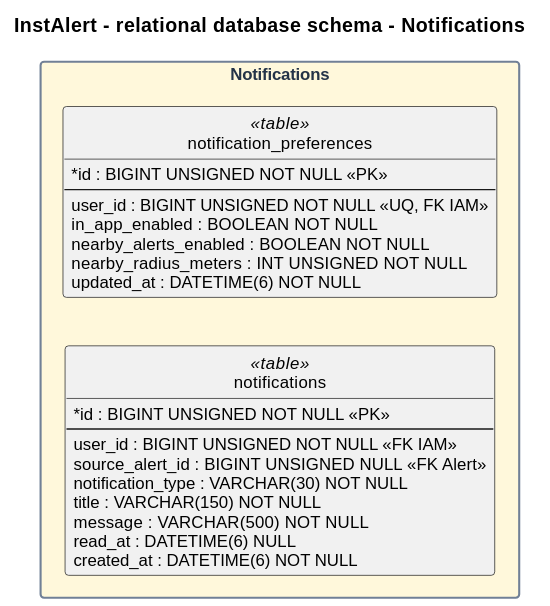
LosIncreiblesCorp/losIncreibles-project-report keeps this PlantUML diagram as assets/Chapter4/database-diagrams/notifications.svg. Above is the earlier version. Its diagram source:
```plantuml
@startuml
left to right direction
skinparam shadowing false
skinparam packageStyle rectangle
skinparam packageBorderColor #718096
skinparam packageFontColor #243347
skinparam entityBackgroundColor #FFFFFF
skinparam entityBorderColor #64748B
skinparam entityFontColor #111827
skinparam entityAttributeFontColor #334155
skinparam classAttributeIconSize 0
skinparam defaultFontName Arial
skinparam defaultFontSize 12
skinparam ArrowColor #52677C
skinparam ArrowFontColor #334155
skinparam ArrowFontSize 10
skinparam linetype ortho
hide methods
hide circle
title InstAlert - relational database schema - Notifications
package "Notifications" as notificationsContext #FFF8DB {
  entity "notification_preferences" as notificationPreferences <<table>> {
    *id : BIGINT UNSIGNED NOT NULL <<PK>>
    --
    user_id : BIGINT UNSIGNED NOT NULL <<UQ, FK IAM>>
    in_app_enabled : BOOLEAN NOT NULL
    nearby_alerts_enabled : BOOLEAN NOT NULL
    nearby_radius_meters : INT UNSIGNED NOT NULL
    updated_at : DATETIME(6) NOT NULL
  }
  entity "notifications" as notifications <<table>> {
    *id : BIGINT UNSIGNED NOT NULL <<PK>>
    --
    user_id : BIGINT UNSIGNED NOT NULL <<FK IAM>>
    source_alert_id : BIGINT UNSIGNED NULL <<FK Alert>>
    notification_type : VARCHAR(30) NOT NULL
    title : VARCHAR(150) NOT NULL
    message : VARCHAR(500) NOT NULL
    read_at : DATETIME(6) NULL
    created_at : DATETIME(6) NOT NULL
  }
}
@enduml
```
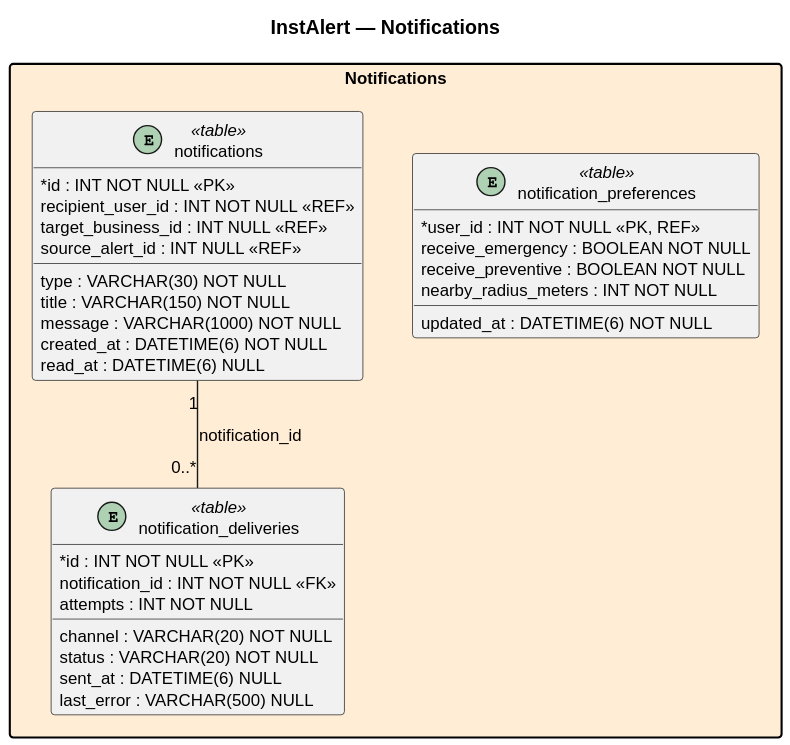
After the change.

Commit message:
docs(chapter4): add profiles and dashboard database diagrams

Diff of the diagram source:
```diff
@@ -1,43 +1,40 @@
 @startuml
-left to right direction
 skinparam shadowing false
+skinparam classAttributeIconSize 0
 skinparam packageStyle rectangle
-skinparam packageBorderColor #718096
-skinparam packageFontColor #243347
-skinparam entityBackgroundColor #FFFFFF
-skinparam entityBorderColor #64748B
-skinparam entityFontColor #111827
-skinparam entityAttributeFontColor #334155
-skinparam classAttributeIconSize 0
-skinparam defaultFontName Arial
+skinparam linetype polyline
+skinparam defaultFontName SansSerif
 skinparam defaultFontSize 12
-skinparam ArrowColor #52677C
-skinparam ArrowFontColor #334155
-skinparam ArrowFontSize 10
-skinparam linetype ortho
-hide methods
-hide circle
-title InstAlert - relational database schema - Notifications
-package "Notifications" as notificationsContext #FFF8DB {
-  entity "notification_preferences" as notificationPreferences <<table>> {
-    *id : BIGINT UNSIGNED NOT NULL <<PK>>
-    --
-    user_id : BIGINT UNSIGNED NOT NULL <<UQ, FK IAM>>
-    in_app_enabled : BOOLEAN NOT NULL
-    nearby_alerts_enabled : BOOLEAN NOT NULL
-    nearby_radius_meters : INT UNSIGNED NOT NULL
-    updated_at : DATETIME(6) NOT NULL
-  }
-  entity "notifications" as notifications <<table>> {
-    *id : BIGINT UNSIGNED NOT NULL <<PK>>
-    --
-    user_id : BIGINT UNSIGNED NOT NULL <<FK IAM>>
-    source_alert_id : BIGINT UNSIGNED NULL <<FK Alert>>
-    notification_type : VARCHAR(30) NOT NULL
-    title : VARCHAR(150) NOT NULL
-    message : VARCHAR(500) NOT NULL
-    read_at : DATETIME(6) NULL
-    created_at : DATETIME(6) NOT NULL
-  }
+hide empty members
+title InstAlert — Notifications
+package "Notifications" #FFEDD5 {
+entity "notification_preferences" as notification_preferences <<table>> {
+* user_id : INT NOT NULL <<PK, REF>>
+  receive_emergency : BOOLEAN NOT NULL
+  receive_preventive : BOOLEAN NOT NULL
+  nearby_radius_meters : INT NOT NULL
+  updated_at : DATETIME(6) NOT NULL
 }
+entity "notifications" as notifications <<table>> {
+* id : INT NOT NULL <<PK>>
+  recipient_user_id : INT NOT NULL <<REF>>
+  target_business_id : INT NULL <<REF>>
+  source_alert_id : INT NULL <<REF>>
+  type : VARCHAR(30) NOT NULL
+  title : VARCHAR(150) NOT NULL
+  message : VARCHAR(1000) NOT NULL
+  created_at : DATETIME(6) NOT NULL
+  read_at : DATETIME(6) NULL
+}
+entity "notification_deliveries" as notification_deliveries <<table>> {
+* id : INT NOT NULL <<PK>>
+  notification_id : INT NOT NULL <<FK>>
+  channel : VARCHAR(20) NOT NULL
+  status : VARCHAR(20) NOT NULL
+  attempts : INT NOT NULL
+  sent_at : DATETIME(6) NULL
+  last_error : VARCHAR(500) NULL
+}
+}
+notifications "1" -- "0..*" notification_deliveries : notification_id
 @enduml
```
